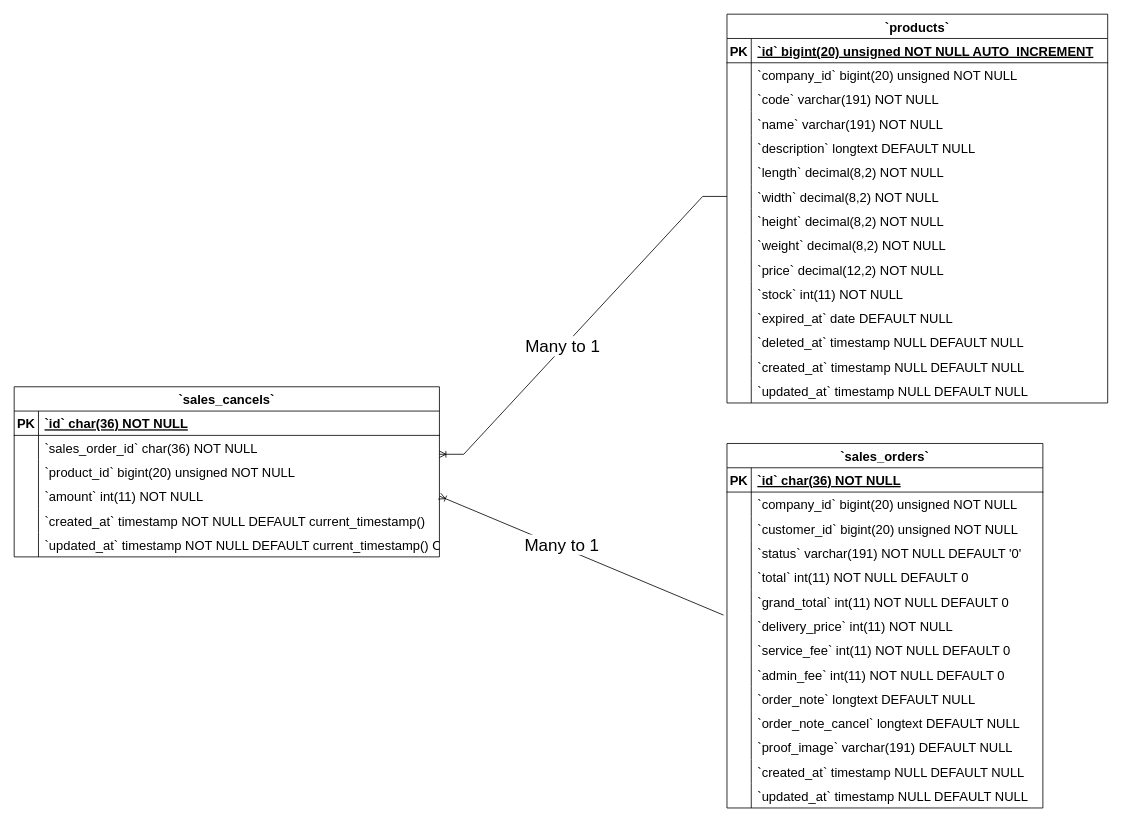
This is Sales Cancels ERD Diagram.drawio from Simasco/diagram, a draw.io file, before an edit. Source tidied: cells renumbered, new cells numbered last; positions are measured from the earlier drawing's top-left corner, leaving out a move shared by most shapes. Both pictures are drawn from the tidied source at 81%, with x=0, y=0 at pixel (14, 14).
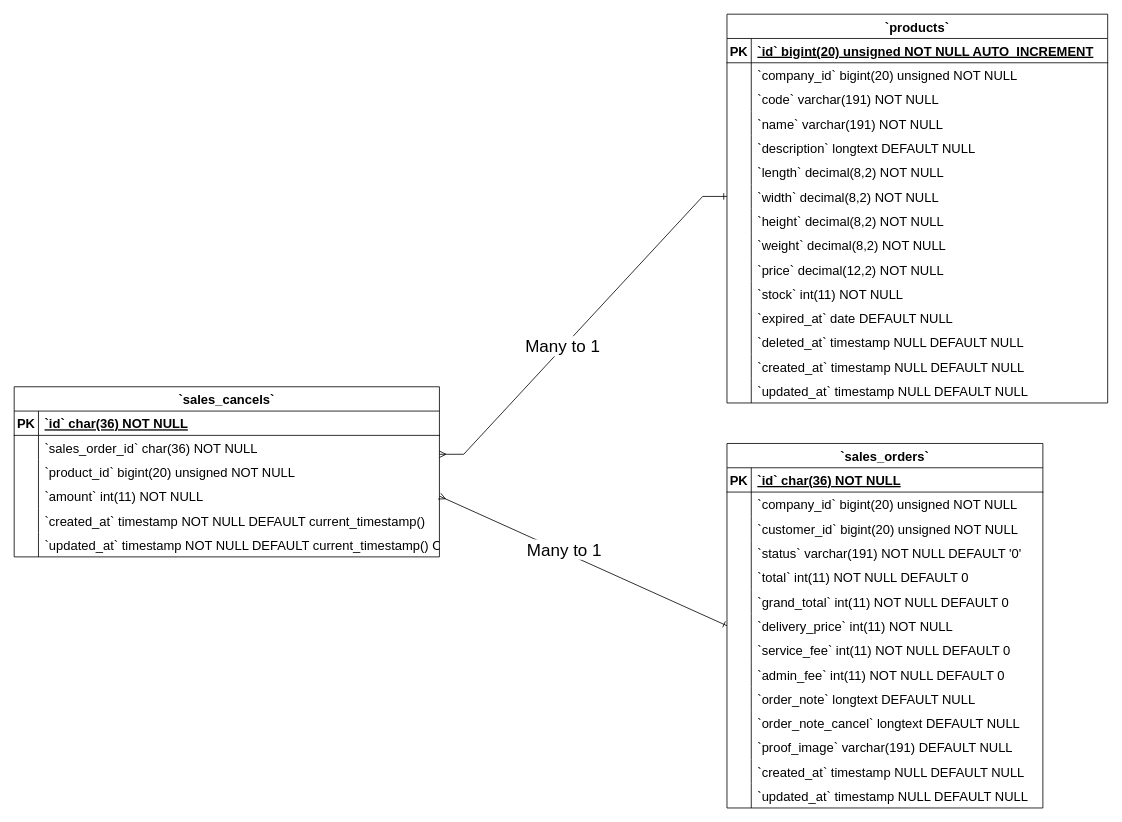
Above is the later version.

Unchanged cells that the change refers to:
```xml
<mxCell id="9" style="shape=tableRow;horizontal=0;startSize=0;swimlaneHead=0;swimlaneBody=0;fillColor=none;points=[[0,0.5],[1,0.5]];portConstraint=eastwest;strokeColor=inherit;top=0;left=0;right=0;bottom=0;fontSize=16;" parent="2" vertex="1">
  <mxGeometry y="90" width="525" height="30" as="geometry" />
</mxCell>
<mxCell id="12" style="shape=tableRow;horizontal=0;startSize=0;swimlaneHead=0;swimlaneBody=0;fillColor=none;points=[[0,0.5],[1,0.5]];portConstraint=eastwest;strokeColor=inherit;top=0;left=0;right=0;bottom=0;fontSize=16;" parent="2" vertex="1">
  <mxGeometry y="120" width="525" height="30" as="geometry" />
</mxCell>
<mxCell id="40" style="shape=tableRow;horizontal=0;startSize=0;swimlaneHead=0;swimlaneBody=0;fillColor=none;points=[[0,0.5],[1,0.5]];portConstraint=eastwest;strokeColor=inherit;top=0;left=0;right=0;bottom=0;fontSize=16;" parent="21" vertex="1">
  <mxGeometry y="210" width="470" height="30" as="geometry" />
</mxCell>
<mxCell id="86" style="shape=tableRow;horizontal=0;startSize=0;swimlaneHead=0;swimlaneBody=0;fillColor=none;points=[[0,0.5],[1,0.5]];portConstraint=eastwest;strokeColor=inherit;top=0;left=0;right=0;bottom=0;fontSize=16;" parent="67" vertex="1">
  <mxGeometry y="210" width="390" height="30" as="geometry" />
</mxCell>
```

Change to the diagram source:
```diff
@@
-    <mxCell id="110" style="edgeStyle=entityRelationEdgeStyle;fontSize=12;html=1;endArrow=ERoneToMany;rounded=0;exitX=0;exitY=0.5;exitDx=0;exitDy=0;entryX=1;entryY=-0.222;entryDx=0;entryDy=0;entryPerimeter=0;" parent="1" edge="1" source="40" target="9">
+    <mxCell id="110" style="edgeStyle=entityRelationEdgeStyle;fontSize=12;html=1;endArrow=ERmany;rounded=0;exitX=0;exitY=0.5;exitDx=0;exitDy=0;entryX=1;entryY=-0.222;entryDx=0;entryDy=0;entryPerimeter=0;endFill=0;startArrow=ERone;startFill=0;" parent="1" edge="1" source="40" target="9">
       <mxGeometry relative="1" as="geometry" />
     </mxCell>
@@
-    <mxCell id="112" style="fontSize=12;html=1;endArrow=ERoneToMany;rounded=0;exitX=-0.011;exitY=0.063;exitDx=0;exitDy=0;entryX=1;entryY=0.5;entryDx=0;entryDy=0;exitPerimeter=0;" parent="1" edge="1" source="86" target="12">
+    <mxCell id="112" style="fontSize=12;html=1;endArrow=ERmany;rounded=0;exitX=0;exitY=0.5;exitDx=0;exitDy=0;entryX=1;entryY=0.5;entryDx=0;entryDy=0;endFill=0;startArrow=ERone;startFill=0;" parent="1" edge="1" source="86" target="12">
       <mxGeometry relative="1" as="geometry" />
     </mxCell>
```
